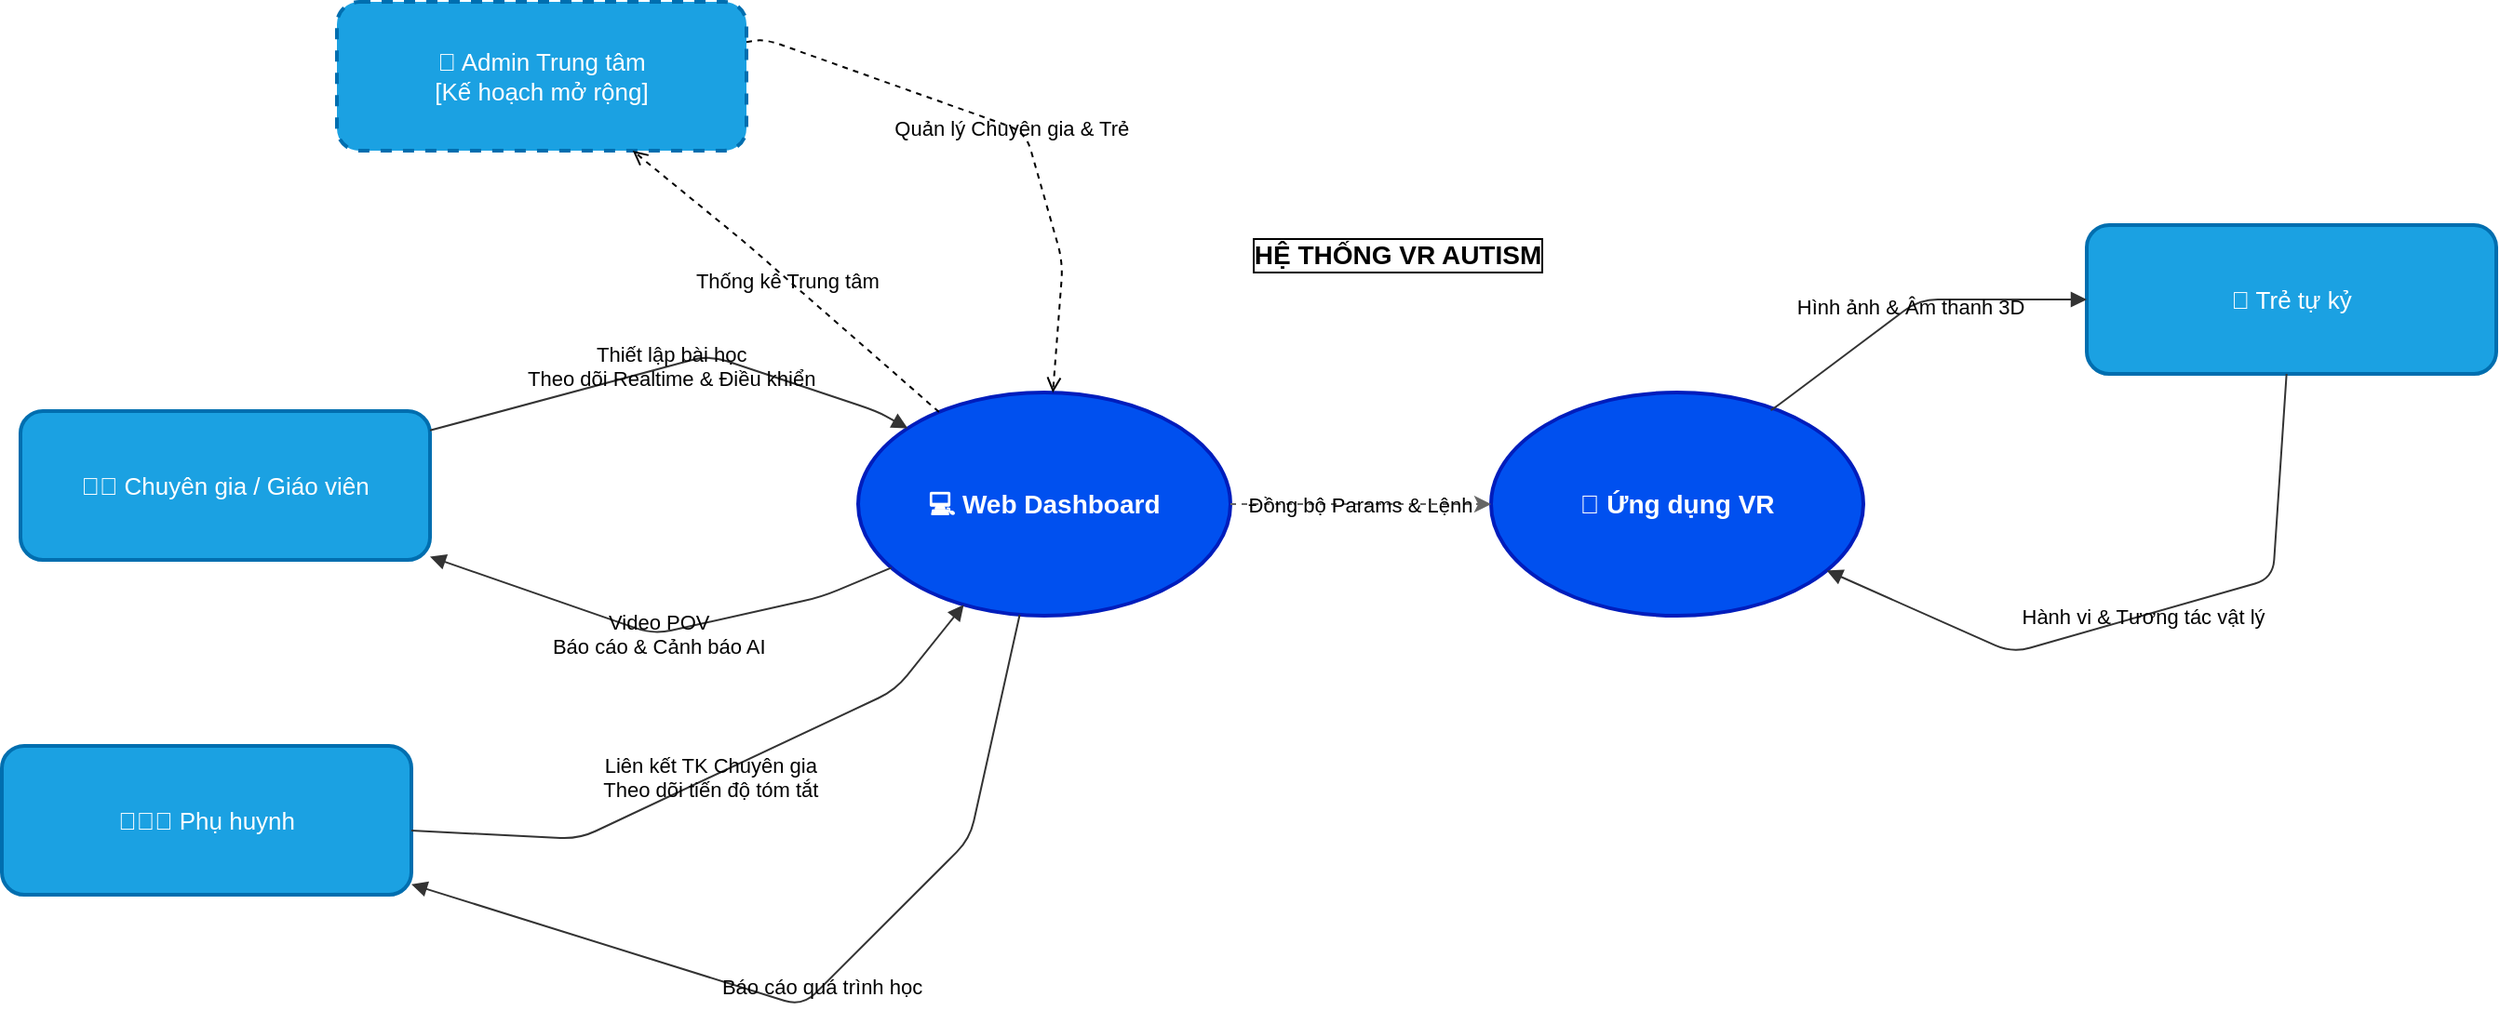
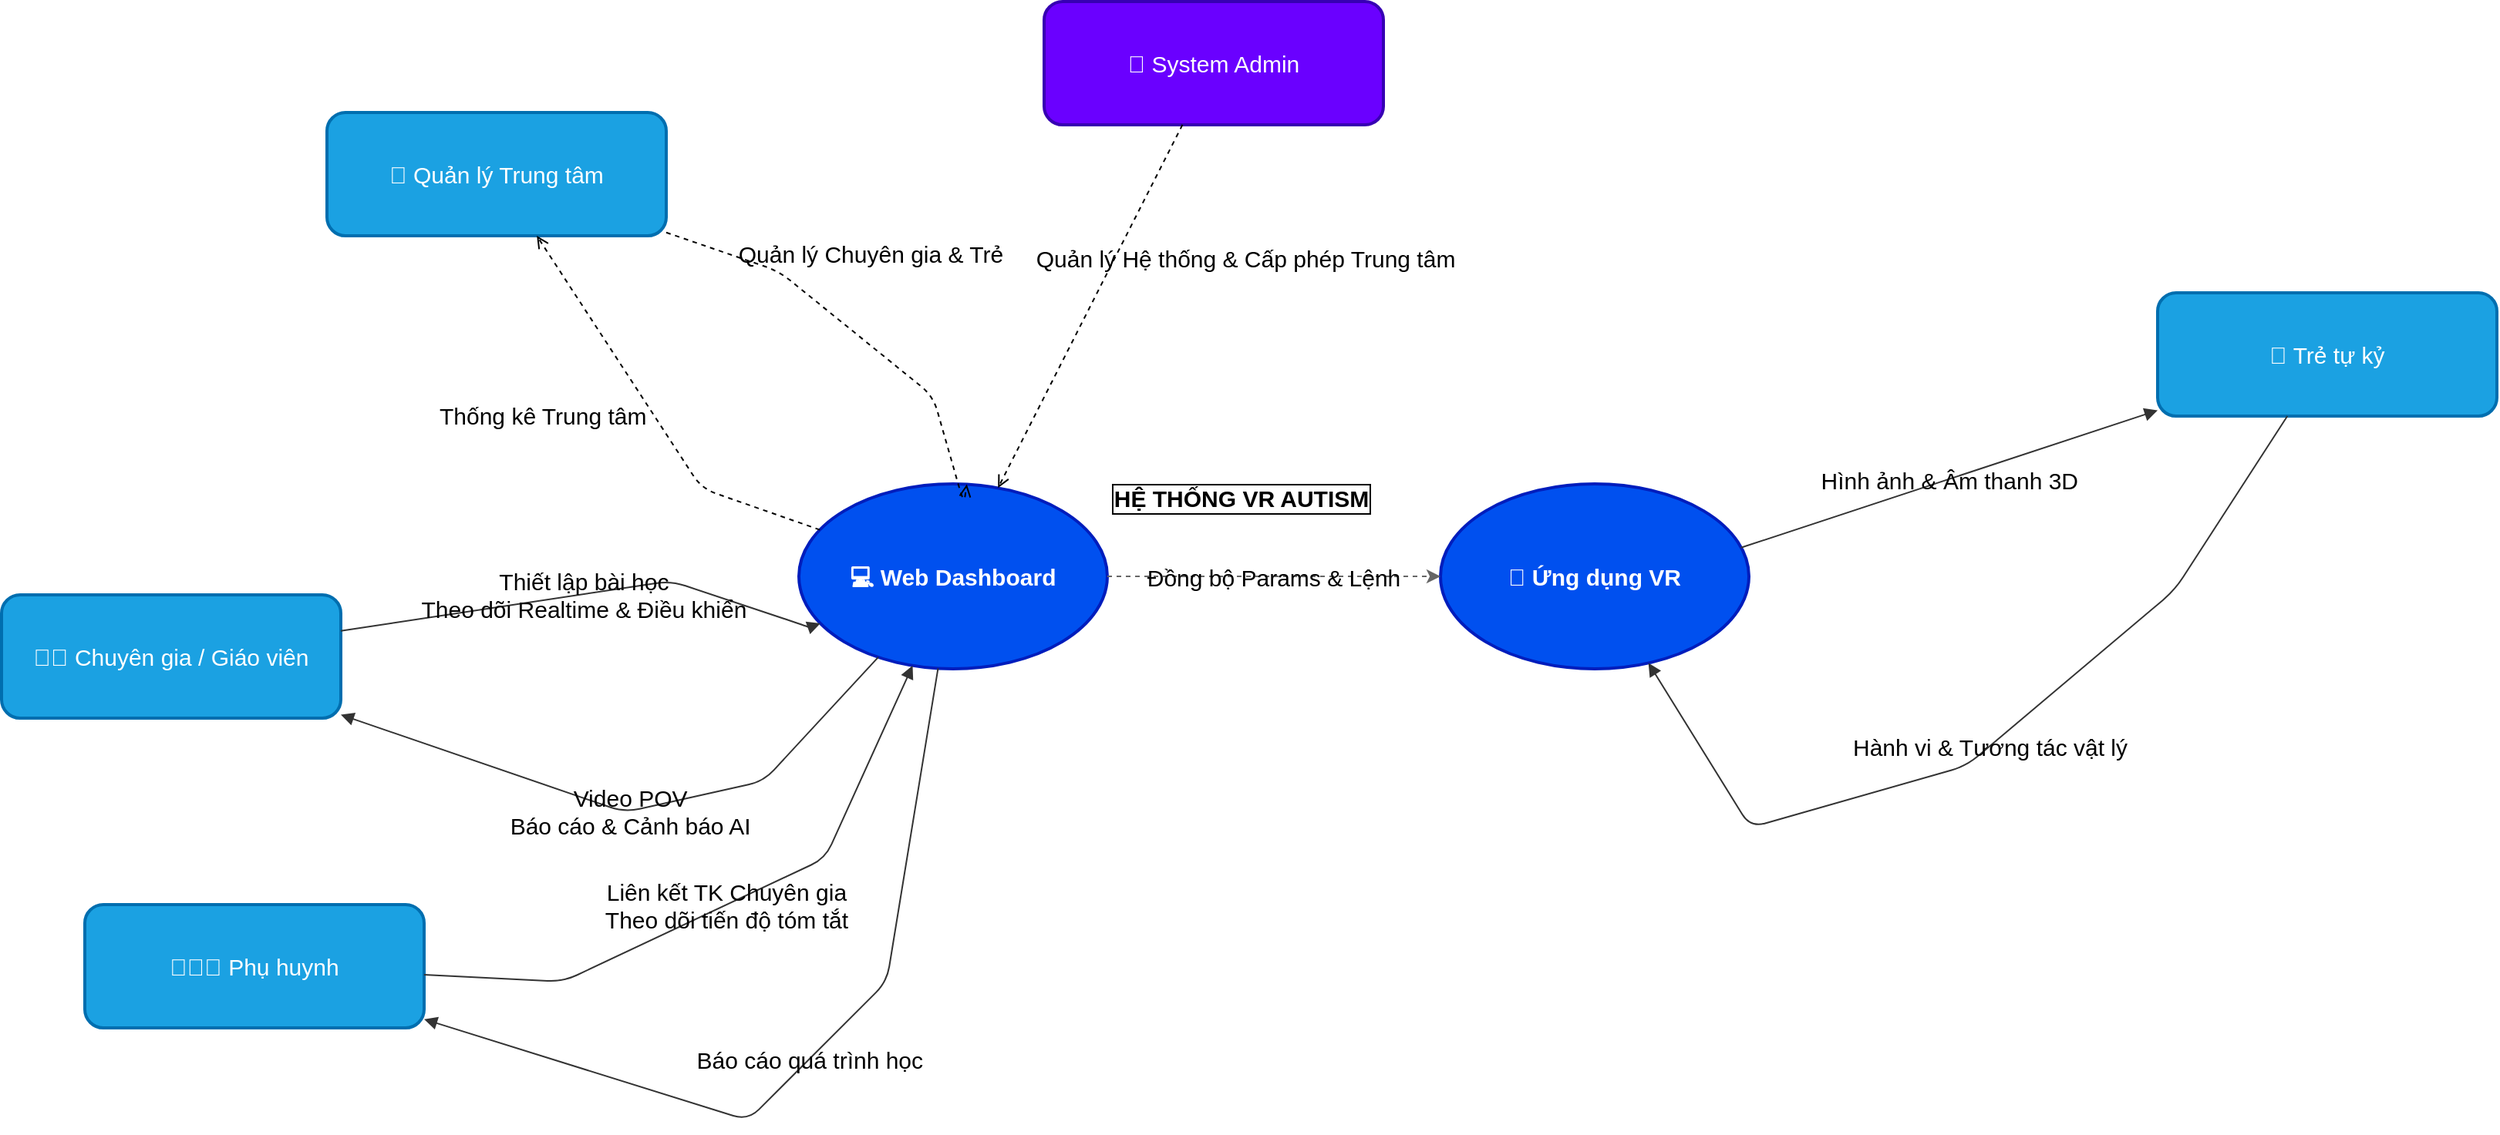
- ﻿<mxfile host="65bd71144e">
+ <mxfile host="65bd71144e">
    <diagram id="26IT7-ZrS0TqWXj86X6v" name="Page-1">
-         <mxGraphModel dx="1664" dy="1346" grid="1" gridSize="10" guides="1" tooltips="1" connect="1" arrows="1" fold="1" page="1" pageScale="1" pageWidth="1654" pageHeight="1169" background="#ffffff" math="0" shadow="0">
+         <mxGraphModel dx="1899" dy="1634" grid="0" gridSize="10" guides="1" tooltips="1" connect="1" arrows="1" fold="1" page="1" pageScale="1" pageWidth="1654" pageHeight="1169" background="#ffffff" math="0" shadow="0">
            <root>
                <mxCell id="0"/>
                <mxCell id="1" parent="0"/>
-                 <mxCell id="sys_boundary" value="&lt;font&gt;HỆ THỐNG VR AUTISM&lt;/font&gt;" style="points=[[0,0],[0.25,0],[0.5,0],[0.75,0],[1,0],[1,0.25],[1,0.5],[1,0.75],[1,1],[0.75,1],[0.5,1],[0.25,1],[0,1],[0,0.75],[0,0.5],[0,0.25]];shape=mxgraph.lean_mapping.electronic_info_flow_edge;whiteSpace=wrap;html=1;strokeColor=#666666;fillColor=none;strokeWidth=6;fontSize=14;fontStyle=1;verticalAlign=top;labelPosition=center;align=center;labelBackgroundColor=none;fontColor=#000000;labelBorderColor=#000000;" parent="1" vertex="1">
-                     <mxGeometry x="540" y="280" width="580" height="360" as="geometry"/>
+                 <mxCell id="sys_boundary" value="&lt;font style=&quot;font-size: 15px;&quot;&gt;HỆ THỐNG VR AUTISM&lt;/font&gt;" style="points=[[0,0],[0.25,0],[0.5,0],[0.75,0],[1,0],[1,0.25],[1,0.5],[1,0.75],[1,1],[0.75,1],[0.5,1],[0.25,1],[0,1],[0,0.75],[0,0.5],[0,0.25]];shape=mxgraph.lean_mapping.electronic_info_flow_edge;whiteSpace=wrap;html=1;strokeColor=#666666;fillColor=none;strokeWidth=6;fontSize=15;fontStyle=1;verticalAlign=top;labelPosition=center;align=center;labelBackgroundColor=none;fontColor=#000000;labelBorderColor=#000000;" parent="1" vertex="1">
+                     <mxGeometry x="529" y="513" width="580" height="360" as="geometry"/>
                </mxCell>
-                 <mxCell id="web_app" value="💻 Web Dashboard" style="ellipse;whiteSpace=wrap;html=1;fillColor=#0050ef;strokeColor=#001DBC;fontColor=#ffffff;fontSize=14;fontStyle=1;strokeWidth=2;labelBackgroundColor=none;" parent="1" vertex="1">
-                     <mxGeometry x="540" y="370" width="200" height="120" as="geometry"/>
+                 <mxCell id="web_app" value="💻 Web Dashboard" style="ellipse;whiteSpace=wrap;html=1;fillColor=#0050ef;strokeColor=#001DBC;fontColor=#ffffff;fontSize=15;fontStyle=1;strokeWidth=2;labelBackgroundColor=none;" parent="1" vertex="1">
+                     <mxGeometry x="532" y="520" width="200" height="120" as="geometry"/>
                </mxCell>
-                 <mxCell id="vr_app" value="🥽 Ứng dụng VR" style="ellipse;whiteSpace=wrap;html=1;fillColor=#0050ef;strokeColor=#001DBC;fontColor=#ffffff;fontSize=14;fontStyle=1;strokeWidth=2;labelBackgroundColor=none;" parent="1" vertex="1">
-                     <mxGeometry x="880" y="370" width="200" height="120" as="geometry"/>
+                 <mxCell id="vr_app" value="🥽 Ứng dụng VR" style="ellipse;whiteSpace=wrap;html=1;fillColor=#0050ef;strokeColor=#001DBC;fontColor=#ffffff;fontSize=15;fontStyle=1;strokeWidth=2;labelBackgroundColor=none;" parent="1" vertex="1">
+                     <mxGeometry x="948" y="520" width="200" height="120" as="geometry"/>
                </mxCell>
-                 <mxCell id="web_vr_sync" value="Đồng bộ Params &amp; Lệnh" style="edgeStyle=orthogonalEdgeStyle;dashed=1;strokeColor=#666;fontSize=11;italic=1;labelBackgroundColor=none;fontColor=#000000;" parent="1" source="web_app" target="vr_app" edge="1">
+                 <mxCell id="web_vr_sync" value="Đồng bộ Params &amp; Lệnh" style="edgeStyle=orthogonalEdgeStyle;dashed=1;strokeColor=#666;fontSize=15;italic=1;labelBackgroundColor=none;fontColor=#000000;" parent="1" source="web_app" target="vr_app" edge="1">
                    <mxGeometry relative="1" as="geometry"/>
                </mxCell>
-                 <mxCell id="admin" value="🏫 Admin Trung tâm&#10;[Kế hoạch mở rộng]" style="rounded=1;whiteSpace=wrap;html=1;fillColor=#1ba1e2;strokeColor=#006EAF;strokeWidth=2;dashed=1;fontSize=13;fontColor=#ffffff;labelBackgroundColor=none;" parent="1" vertex="1">
-                     <mxGeometry x="260" y="160" width="220" height="80" as="geometry"/>
+                 <mxCell id="admin" value="🏫 Quản lý Trung tâm" style="rounded=1;whiteSpace=wrap;html=1;fillColor=#1ba1e2;strokeColor=#006EAF;strokeWidth=2;fontSize=15;fontColor=#ffffff;labelBackgroundColor=none;" parent="1" vertex="1">
+                     <mxGeometry x="226" y="279" width="220" height="80" as="geometry"/>
                </mxCell>
-                 <mxCell id="teacher" value="👨‍🏫 Chuyên gia / Giáo viên" style="rounded=1;whiteSpace=wrap;html=1;fillColor=#1ba1e2;strokeColor=#006EAF;strokeWidth=2;fontSize=13;fontColor=#ffffff;labelBackgroundColor=none;" parent="1" vertex="1">
-                     <mxGeometry x="90" y="380" width="220" height="80" as="geometry"/>
+                 <mxCell id="teacher" value="👨‍🏫 Chuyên gia / Giáo viên" style="rounded=1;whiteSpace=wrap;html=1;fillColor=#1ba1e2;strokeColor=#006EAF;strokeWidth=2;fontSize=15;fontColor=#ffffff;labelBackgroundColor=none;" parent="1" vertex="1">
+                     <mxGeometry x="15" y="592" width="220" height="80" as="geometry"/>
                </mxCell>
-                 <mxCell id="parent" value="👨‍👩‍👦 Phụ huynh" style="rounded=1;whiteSpace=wrap;html=1;fillColor=#1ba1e2;strokeColor=#006EAF;strokeWidth=2;fontSize=13;fontColor=#ffffff;labelBackgroundColor=none;" parent="1" vertex="1">
-                     <mxGeometry x="80" y="560" width="220" height="80" as="geometry"/>
+                 <mxCell id="parent" value="👨‍👩‍👦 Phụ huynh" style="rounded=1;whiteSpace=wrap;html=1;fillColor=#1ba1e2;strokeColor=#006EAF;strokeWidth=2;fontSize=15;fontColor=#ffffff;labelBackgroundColor=none;" parent="1" vertex="1">
+                     <mxGeometry x="69" y="793" width="220" height="80" as="geometry"/>
                </mxCell>
-                 <mxCell id="student" value="👦 Trẻ tự kỷ" style="rounded=1;whiteSpace=wrap;html=1;fillColor=#1ba1e2;strokeColor=#006EAF;strokeWidth=2;fontSize=13;fontColor=#ffffff;labelBackgroundColor=none;" parent="1" vertex="1">
-                     <mxGeometry x="1200" y="280" width="220" height="80" as="geometry"/>
+                 <mxCell id="student" value="👦 Trẻ tự kỷ" style="rounded=1;whiteSpace=wrap;html=1;fillColor=#1ba1e2;strokeColor=#006EAF;strokeWidth=2;fontSize=15;fontColor=#ffffff;labelBackgroundColor=none;" parent="1" vertex="1">
+                     <mxGeometry x="1413" y="396" width="220" height="80" as="geometry"/>
                </mxCell>
-                 <mxCell id="admin_to_web" value="Quản lý Chuyên gia &amp; Trẻ" style="dashed=1;strokeColor=#000000;fontSize=11;italic=1;endArrow=open;endFill=0;labelBackgroundColor=none;fontColor=#000000;" parent="1" source="admin" target="web_app" edge="1">
-                     <mxGeometry relative="1" as="geometry">
-                         <Array as="points">
-                             <mxPoint x="490" y="180"/>
-                             <mxPoint x="630" y="230"/>
-                             <mxPoint x="650" y="300"/>
-                         </Array>
+                 <mxCell id="sys_admin" value="👑 System Admin" style="rounded=1;whiteSpace=wrap;html=1;fillColor=#6a00ff;strokeColor=#3700b3;strokeWidth=2;fontSize=15;fontColor=#ffffff;labelBackgroundColor=none;" vertex="1" parent="1">
+                     <mxGeometry x="691" y="207" width="220" height="80" as="geometry"/>
+                 </mxCell>
+                 <mxCell id="sys_admin_to_web" value="Quản lý Hệ thống &amp; Cấp phép Trung tâm" style="dashed=1;strokeColor=#000000;fontSize=15;italic=1;endArrow=open;endFill=0;labelBackgroundColor=none;fontColor=#000000;" edge="1" parent="1" source="sys_admin" target="web_app">
+                     <mxGeometry x="-0.554" y="76" relative="1" as="geometry">
+                         <Array as="points"/>
+                         <mxPoint y="-1" as="offset"/>
                    </mxGeometry>
                </mxCell>
-                 <mxCell id="web_to_admin" value="Thống kê Trung tâm" style="dashed=1;strokeColor=#000000;fontSize=11;italic=1;endArrow=open;endFill=0;labelBackgroundColor=none;fontColor=#000000;" parent="1" source="web_app" target="admin" edge="1">
-                     <mxGeometry relative="1" as="geometry">
+                 <mxCell id="admin_to_web" value="Quản lý Chuyên gia &amp; Trẻ" style="dashed=1;strokeColor=#000000;fontSize=15;italic=1;endArrow=open;endFill=0;labelBackgroundColor=none;fontColor=#000000;" parent="1" source="admin" target="web_app" edge="1">
+                     <mxGeometry x="-0.2038" y="47" relative="1" as="geometry">
                        <Array as="points">
-                             <mxPoint x="480" y="290"/>
-                         </Array>
-                     </mxGeometry>
-                 </mxCell>
-                 <mxCell id="teacher_to_web" value="Thiết lập bài học&#10;Theo dõi Realtime &amp; Điều khiển" style="strokeColor=#333;fontSize=11;endArrow=block;endFill=1;labelBackgroundColor=none;fontColor=#000000;" parent="1" source="teacher" target="web_app" edge="1">
-                     <mxGeometry relative="1" as="geometry">
-                         <Array as="points">
-                             <mxPoint x="460" y="350"/>
-                             <mxPoint x="550" y="380"/>
-                         </Array>
-                     </mxGeometry>
-                 </mxCell>
-                 <mxCell id="web_to_teacher" value="Video POV&#10;Báo cáo &amp; Cảnh báo AI" style="strokeColor=#333;fontSize=11;endArrow=block;endFill=1;labelBackgroundColor=none;fontColor=#000000;" parent="1" source="web_app" target="teacher" edge="1">
-                     <mxGeometry relative="1" as="geometry">
-                         <Array as="points">
-                             <mxPoint x="520" y="480"/>
-                             <mxPoint x="430" y="500"/>
-                         </Array>
-                     </mxGeometry>
-                 </mxCell>
-                 <mxCell id="parent_to_web" value="Liên kết TK Chuyên gia&#10;Theo dõi tiến độ tóm tắt" style="strokeColor=#333;fontSize=11;endArrow=block;endFill=1;labelBackgroundColor=none;fontColor=#000000;" parent="1" source="parent" target="web_app" edge="1">
-                     <mxGeometry relative="1" as="geometry">
-                         <Array as="points">
-                             <mxPoint x="390" y="610"/>
-                             <mxPoint x="560" y="530"/>
-                         </Array>
-                     </mxGeometry>
-                 </mxCell>
-                 <mxCell id="web_to_parent" value="Báo cáo quá trình học" style="strokeColor=#333;fontSize=11;endArrow=block;endFill=1;labelBackgroundColor=none;fontColor=#000000;" parent="1" source="web_app" target="parent" edge="1">
-                     <mxGeometry relative="1" as="geometry">
-                         <Array as="points">
-                             <mxPoint x="600" y="610"/>
-                             <mxPoint x="510" y="700"/>
-                         </Array>
-                     </mxGeometry>
-                 </mxCell>
-                 <mxCell id="vr_to_student" value="Hình ảnh &amp; Âm thanh 3D" style="strokeColor=#333;fontSize=11;endArrow=block;endFill=1;labelBackgroundColor=none;fontColor=#000000;" parent="1" source="vr_app" target="student" edge="1">
-                     <mxGeometry x="0.0024" relative="1" as="geometry">
-                         <Array as="points">
-                             <mxPoint x="1030" y="380"/>
-                             <mxPoint x="1070" y="350"/>
-                             <mxPoint x="1110" y="320"/>
+                             <mxPoint x="519" y="382"/>
+                             <mxPoint x="619" y="463"/>
+                             <mxPoint x="639" y="533"/>
                        </Array>
                        <mxPoint as="offset"/>
                    </mxGeometry>
                </mxCell>
-                 <mxCell id="student_to_vr" value="Hành vi &amp; Tương tác vật lý" style="strokeColor=#333;fontSize=11;endArrow=block;endFill=1;labelBackgroundColor=none;fontColor=#000000;" parent="1" source="student" target="vr_app" edge="1">
+                 <mxCell id="web_to_admin" value="Thống kê Trung tâm" style="dashed=1;strokeColor=#000000;fontSize=15;italic=1;endArrow=open;endFill=0;labelBackgroundColor=none;fontColor=#000000;" parent="1" source="web_app" target="admin" edge="1">
+                     <mxGeometry x="0.282" y="60" relative="1" as="geometry">
+                         <Array as="points">
+                             <mxPoint x="469" y="523"/>
+                         </Array>
+                         <mxPoint as="offset"/>
+                     </mxGeometry>
+                 </mxCell>
+                 <mxCell id="teacher_to_web" value="Thiết lập bài học&#10;Theo dõi Realtime &amp; Điều khiển" style="strokeColor=#333;fontSize=15;endArrow=block;endFill=1;labelBackgroundColor=none;fontColor=#000000;" parent="1" source="teacher" target="web_app" edge="1">
                    <mxGeometry relative="1" as="geometry">
                        <Array as="points">
-                             <mxPoint x="1300" y="470"/>
-                             <mxPoint x="1160" y="510"/>
+                             <mxPoint x="449" y="583"/>
+                             <mxPoint x="539" y="613"/>
+                         </Array>
+                     </mxGeometry>
+                 </mxCell>
+                 <mxCell id="web_to_teacher" value="Video POV&#10;Báo cáo &amp; Cảnh báo AI" style="strokeColor=#333;fontSize=15;endArrow=block;endFill=1;labelBackgroundColor=none;fontColor=#000000;" parent="1" source="web_app" target="teacher" edge="1">
+                     <mxGeometry relative="1" as="geometry">
+                         <Array as="points">
+                             <mxPoint x="509" y="713"/>
+                             <mxPoint x="419" y="733"/>
+                         </Array>
+                     </mxGeometry>
+                 </mxCell>
+                 <mxCell id="parent_to_web" value="Liên kết TK Chuyên gia&#10;Theo dõi tiến độ tóm tắt" style="strokeColor=#333;fontSize=15;endArrow=block;endFill=1;labelBackgroundColor=none;fontColor=#000000;" parent="1" source="parent" target="web_app" edge="1">
+                     <mxGeometry relative="1" as="geometry">
+                         <Array as="points">
+                             <mxPoint x="379" y="843"/>
+                             <mxPoint x="549" y="763"/>
+                         </Array>
+                     </mxGeometry>
+                 </mxCell>
+                 <mxCell id="web_to_parent" value="Báo cáo quá trình học" style="strokeColor=#333;fontSize=15;endArrow=block;endFill=1;labelBackgroundColor=none;fontColor=#000000;" parent="1" source="web_app" target="parent" edge="1">
+                     <mxGeometry relative="1" as="geometry">
+                         <Array as="points">
+                             <mxPoint x="589" y="843"/>
+                             <mxPoint x="499" y="933"/>
+                         </Array>
+                     </mxGeometry>
+                 </mxCell>
+                 <mxCell id="vr_to_student" value="Hình ảnh &amp; Âm thanh 3D" style="strokeColor=#333;fontSize=15;endArrow=block;endFill=1;labelBackgroundColor=none;fontColor=#000000;exitX=0.974;exitY=0.345;exitDx=0;exitDy=0;exitPerimeter=0;" parent="1" source="vr_app" target="student" edge="1">
+                     <mxGeometry x="0.0024" relative="1" as="geometry">
+                         <mxPoint as="offset"/>
+                     </mxGeometry>
+                 </mxCell>
+                 <mxCell id="student_to_vr" value="Hành vi &amp; Tương tác vật lý" style="strokeColor=#333;fontSize=15;endArrow=block;endFill=1;labelBackgroundColor=none;fontColor=#000000;" parent="1" source="student" target="vr_app" edge="1">
+                     <mxGeometry relative="1" as="geometry">
+                         <Array as="points">
+                             <mxPoint x="1424" y="589"/>
+                             <mxPoint x="1289" y="703"/>
+                             <mxPoint x="1149" y="743"/>
                        </Array>
                    </mxGeometry>
                </mxCell>
            </root>
        </mxGraphModel>
    </diagram>
</mxfile>